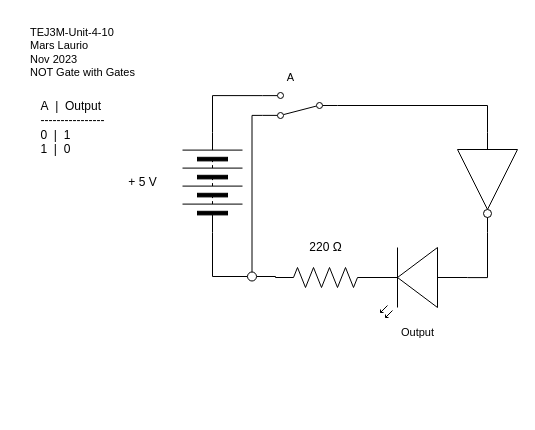
Mars-Laurio/TEJ3M-Unit4 keeps this draw.io diagram as Unit4-10/TEJ3M-Unit-4-10.drawio. Above is the earlier version. Source tidied: cells renumbered, new cells numbered last; positions are measured from the earlier drawing's top-left corner, leaving out a move shared by most shapes. Both pictures are drawn from the tidied source at 100%, with x=0, y=0 at pixel (17, 17).
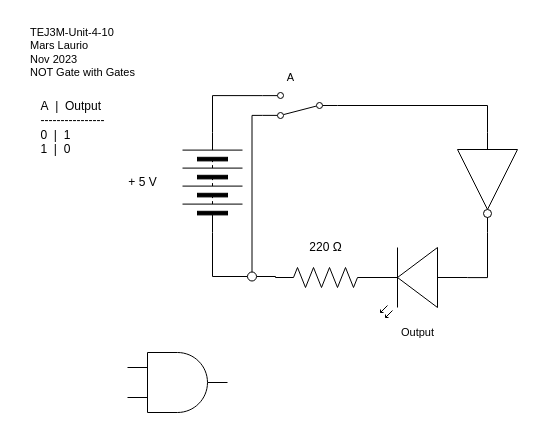
Above is the later version.

Diff of the diagram source:
```diff
@@
+    <mxCell id="21" style="verticalLabelPosition=bottom;shadow=0;dashed=0;align=center;html=1;verticalAlign=top;shape=mxgraph.electrical.logic_gates.logic_gate;operation=and;" parent="1" vertex="1">
+      <mxGeometry x="110" y="335" width="100" height="60" as="geometry" />
+    </mxCell>
```
